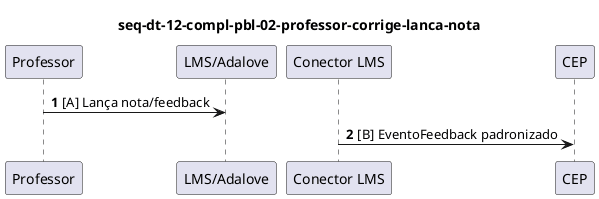
This is projeto/assets/seq/seq-dt-12-compl-pbl-02-professor-corrige-lanca-nota.png from afonsolelis/pesquisa_modelo_gd_apb, a PlantUML export, as it was before one commit. Its diagram source:
```plantuml
@startuml
autonumber
participant "Professor" as Professor
participant "LMS/Adalove" as LMS_Adalove
participant "Conector LMS" as Conector_LMS
participant "CEP" as CEP
title seq-dt-12-compl-pbl-02-professor-corrige-lanca-nota
Professor -> LMS_Adalove : [A] Lança nota/feedback
Conector_LMS -> CEP : [B] EventoFeedback padronizado
@enduml
```
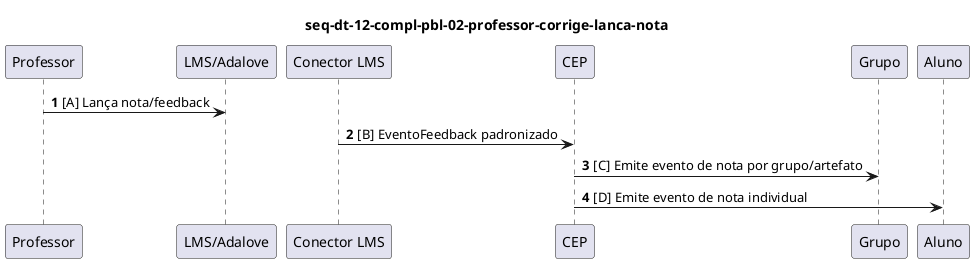
Above is the later version.

What changed in the source:
```diff
@@ -7,4 +7,6 @@
 title seq-dt-12-compl-pbl-02-professor-corrige-lanca-nota
 Professor -> LMS_Adalove : [A] Lança nota/feedback
 Conector_LMS -> CEP : [B] EventoFeedback padronizado
+CEP -> Grupo : [C] Emite evento de nota por grupo/artefato
+CEP -> Aluno : [D] Emite evento de nota individual
 @enduml
```
